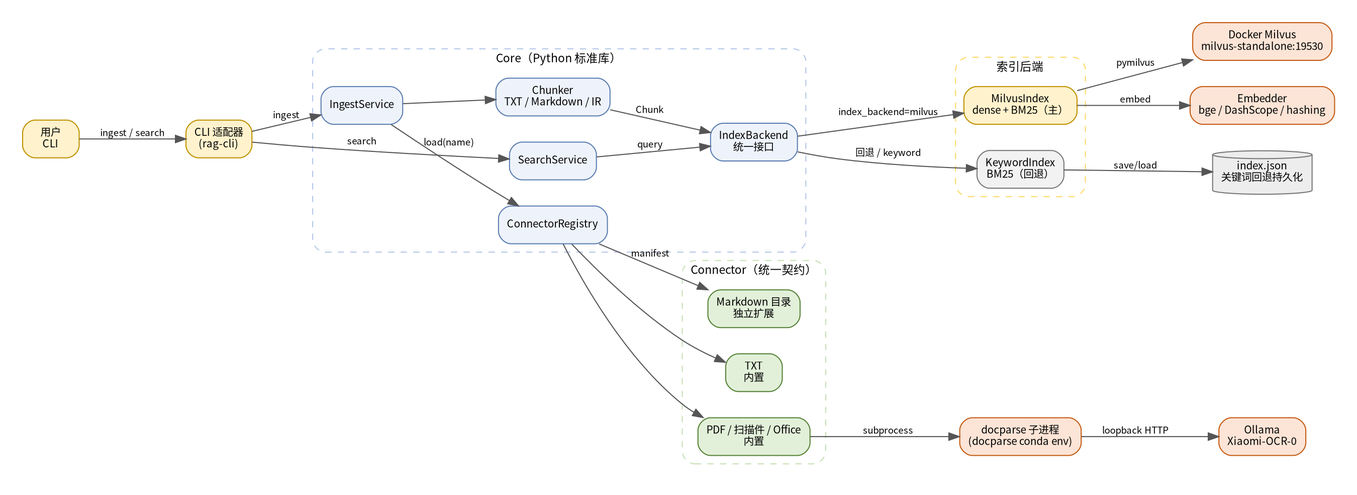
Above: project/docs/diagrams/architecture.png in H-wonder/RAG_multidocs (Graphviz), before the change. Its source is kept beside it as project/docs/diagrams/architecture.dot.
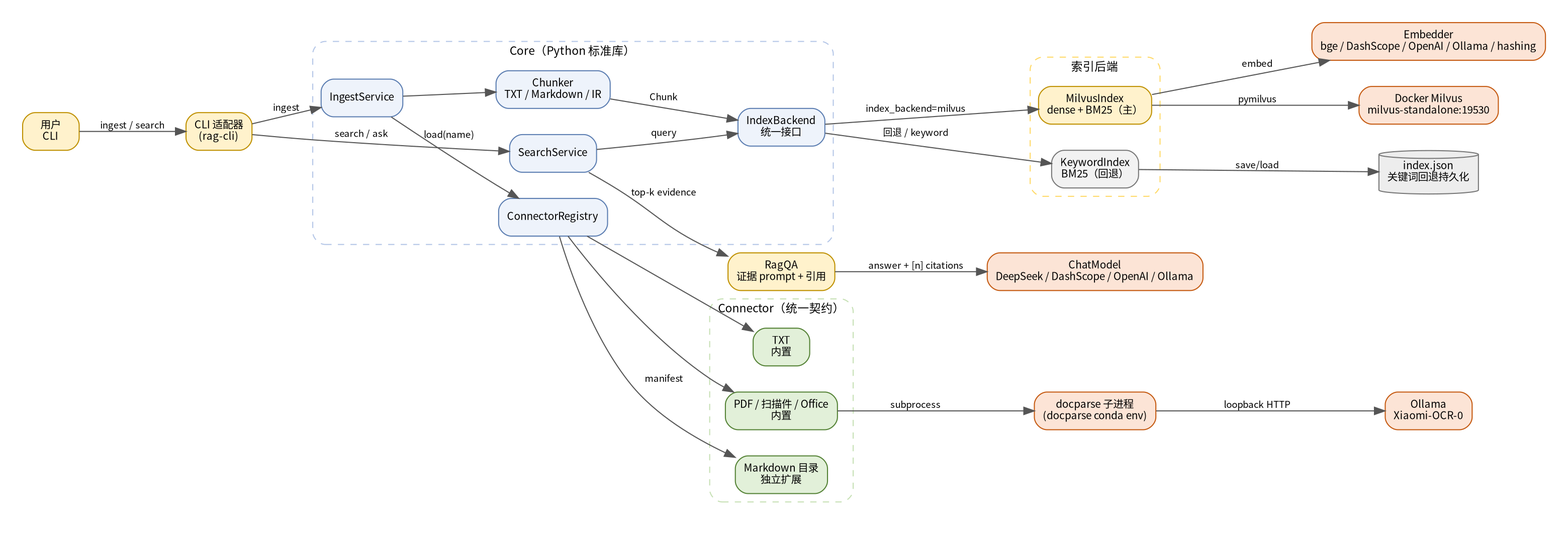
Above is the later version.

Change to the diagram source:
```diff
@@ -39,7 +39,9 @@
     keyword_idx [label="KeywordIndex\nBM25（回退）", fillcolor="#f2f2f2", color="#777777"];
   }
 
-  embedder [label="Embedder\nbge / DashScope / hashing", fillcolor="#fce4d6", color="#c55a11"];
+  qa [label="RagQA\n证据 prompt + 引用", fillcolor="#fff2cc", color="#bf9000"];
+  chat [label="ChatModel\nDeepSeek / DashScope / OpenAI / Ollama", fillcolor="#fce4d6", color="#c55a11"];
+  embedder [label="Embedder\nbge / DashScope / OpenAI / Ollama / hashing", fillcolor="#fce4d6", color="#c55a11"];
   milvus [label="Docker Milvus\nmilvus-standalone:19530", fillcolor="#fce4d6", color="#c55a11"];
   docparse [label="docparse 子进程\n(docparse conda env)", fillcolor="#fce4d6", color="#c55a11"];
   ollama [label="Ollama\nXiaomi-OCR-0", fillcolor="#fce4d6", color="#c55a11"];
@@ -47,7 +49,9 @@
 
   user -> cli [label="ingest / search"];
   cli -> ingest [label="ingest"];
-  cli -> search [label="search"];
+  cli -> search [label="search / ask"];
+  search -> qa [label="top-k evidence"];
+  qa -> chat [label="answer + [n] citations"];
   ingest -> registry [label="load(name)"];
   registry -> txt;
   registry -> pdf;
```
